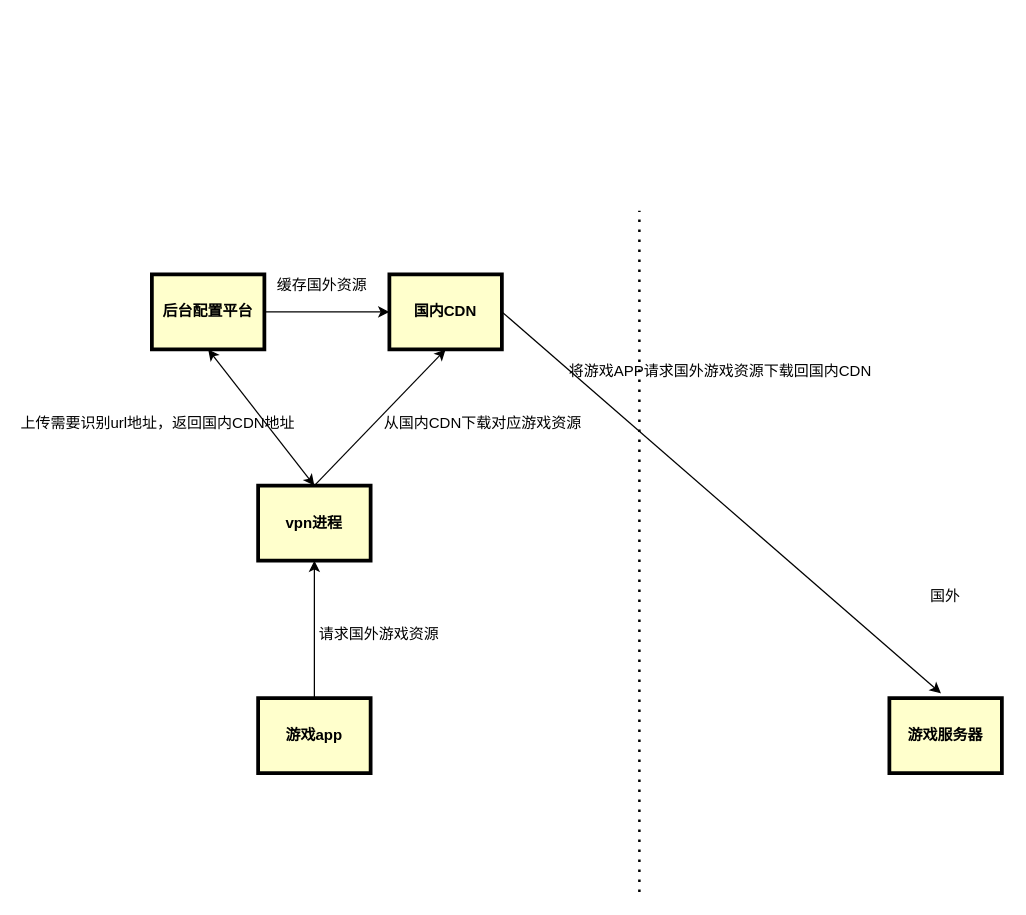
threecome/AndroidWeb keeps this draw.io diagram as MyApplication2/Untitled Diagram.drawio. Above is the earlier version. Source tidied: cells renumbered, new cells numbered last; positions are measured from the earlier drawing's top-left corner, leaving out a move shared by most shapes. Both pictures are drawn from the tidied source at 125%, with x=0, y=0 at pixel (139, 210).
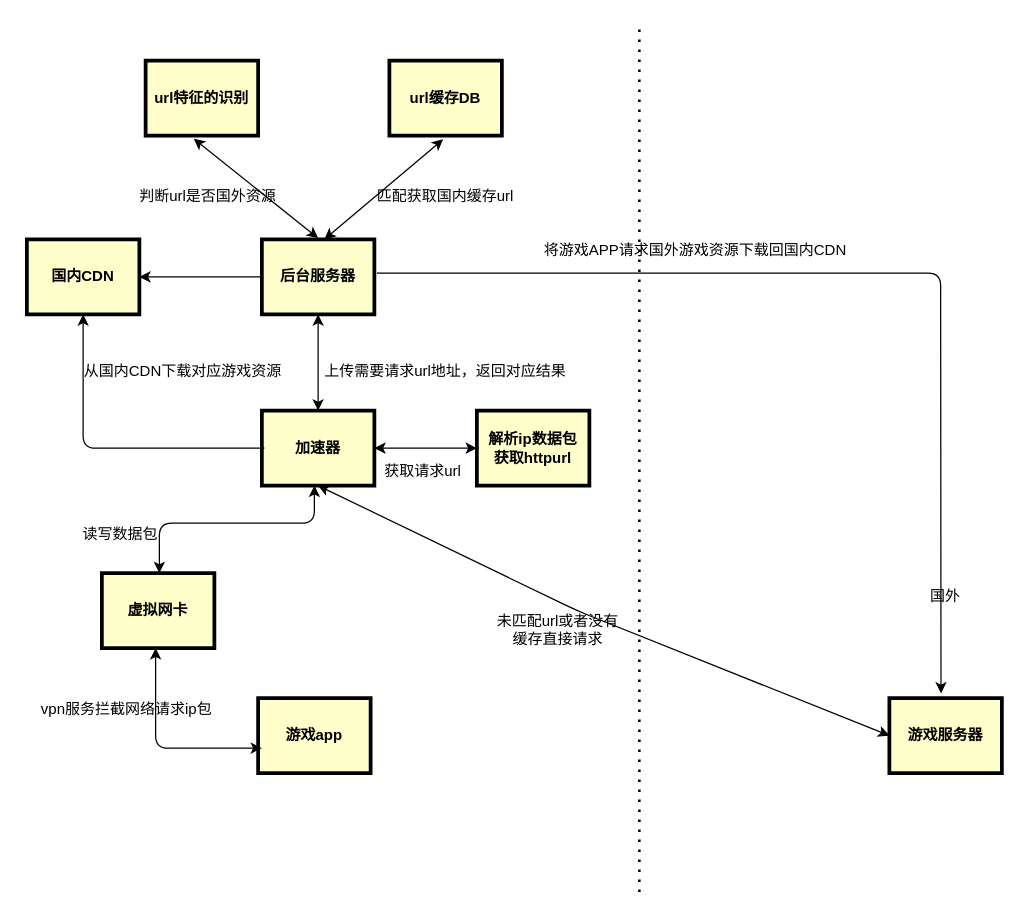
Above is the later version.

Unchanged cells that the change refers to:
```xml
<mxCell id="2" value="游戏服务器" style="whiteSpace=wrap;align=center;verticalAlign=middle;fontStyle=1;strokeWidth=3;fillColor=#FFFFCC;" parent="1" vertex="1">
  <mxGeometry x="600" y="390" width="90" height="60" as="geometry" />
</mxCell>
<mxCell id="3" value="游戏app" style="whiteSpace=wrap;align=center;verticalAlign=middle;fontStyle=1;strokeWidth=3;fillColor=#FFFFCC;" parent="1" vertex="1">
  <mxGeometry x="95" y="390" width="90" height="60" as="geometry" />
</mxCell>
```

The edit, as a diff of the source:
```diff
@@
     <mxCell id="5" style="endArrow=none;dashed=1;html=1;dashPattern=1 3;strokeWidth=2;" parent="1" edge="1">
       <mxGeometry relative="1" as="geometry">
         <mxPoint x="400" y="545" as="sourcePoint" />
-        <mxPoint x="400" as="targetPoint" />
+        <mxPoint x="400" y="-150" as="targetPoint" />
       </mxGeometry>
     </mxCell>
-    <mxCell id="6" style="endArrow=classic;html=1;exitX=1;exitY=0.5;exitDx=0;exitDy=0;entryX=0.459;entryY=-0.063;entryDx=0;entryDy=0;entryPerimeter=0;" parent="1" edge="1" source="13" target="2">
-      <mxGeometry relative="1" as="geometry" />
+    <mxCell id="6" style="endArrow=classic;html=1;entryX=0.459;entryY=-0.063;entryDx=0;entryDy=0;entryPerimeter=0;" parent="1" edge="1" target="2">
+      <mxGeometry relative="1" as="geometry">
+        <mxPoint x="190" y="50" as="sourcePoint" />
+        <Array as="points">
+          <mxPoint x="641" y="50" />
+        </Array>
+      </mxGeometry>
     </mxCell>
-    <mxCell id="7" value="vpn进程" style="whiteSpace=wrap;align=center;verticalAlign=middle;fontStyle=1;strokeWidth=3;fillColor=#FFFFCC;" parent="1" vertex="1">
-      <mxGeometry x="95" y="220" width="90" height="60" as="geometry" />
+    <mxCell id="7" value="加速器" style="whiteSpace=wrap;align=center;verticalAlign=middle;fontStyle=1;strokeWidth=3;fillColor=#FFFFCC;" parent="1" vertex="1">
+      <mxGeometry x="98" y="160" width="90" height="60" as="geometry" />
     </mxCell>
-    <mxCell id="8" style="endArrow=classic;html=1;entryX=0.5;entryY=1;entryDx=0;entryDy=0;exitX=0.5;exitY=0;exitDx=0;exitDy=0;" parent="1" edge="1" source="3" target="7">
-      <mxGeometry relative="1" as="geometry" />
-    </mxCell>
-    <mxCell id="9" value="请求国外游戏资源" style="text;spacingTop=-5;align=center;" parent="1" vertex="1">
-      <mxGeometry x="177" y="330" width="30" height="20" as="geometry" />
+    <mxCell id="9" value="vpn服务拦截网络请求ip包" style="text;spacingTop=-5;align=center;" parent="1" vertex="1">
+      <mxGeometry x="-25" y="390" width="30" height="20" as="geometry" />
     </mxCell>
-    <mxCell id="10" value="后台配置平台" style="whiteSpace=wrap;align=center;verticalAlign=middle;fontStyle=1;strokeWidth=3;fillColor=#FFFFCC;" parent="1" vertex="1">
-      <mxGeometry x="10" y="51" width="90" height="60" as="geometry" />
+    <mxCell id="10" value="后台服务器" style="whiteSpace=wrap;align=center;verticalAlign=middle;fontStyle=1;strokeWidth=3;fillColor=#FFFFCC;" parent="1" vertex="1">
+      <mxGeometry x="98" y="23" width="90" height="60" as="geometry" />
     </mxCell>
-    <mxCell id="11" value="上传需要识别url地址，返回国内CDN地址" style="text;spacingTop=-5;align=center;" parent="1" vertex="1">
-      <mxGeometry y="161" width="30" height="20" as="geometry" />
+    <mxCell id="11" value="上传需要请求url地址，返回对应结果" style="text;spacingTop=-5;align=center;" parent="1" vertex="1">
+      <mxGeometry x="230" y="120" width="30" height="20" as="geometry" />
     </mxCell>
@@
     <mxCell id="13" value="国内CDN" style="whiteSpace=wrap;align=center;verticalAlign=middle;fontStyle=1;strokeWidth=3;fillColor=#FFFFCC;" parent="1" vertex="1">
-      <mxGeometry x="200" y="51" width="90" height="60" as="geometry" />
+      <mxGeometry x="-90" y="23" width="90" height="60" as="geometry" />
     </mxCell>
     <mxCell id="14" style="endArrow=classic;html=1;entryX=0.5;entryY=1;entryDx=0;entryDy=0;" parent="1" edge="1" target="13">
       <mxGeometry relative="1" as="geometry">
-        <mxPoint x="140" y="220" as="sourcePoint" />
+        <mxPoint x="100" y="190" as="sourcePoint" />
+        <Array as="points">
+          <mxPoint x="-45" y="190" />
+        </Array>
       </mxGeometry>
     </mxCell>
     <mxCell id="15" value="从国内CDN下载对应游戏资源" style="text;spacingTop=-5;align=center;" parent="1" vertex="1">
-      <mxGeometry x="260" y="161" width="30" height="20" as="geometry" />
+      <mxGeometry x="20" y="120" width="30" height="20" as="geometry" />
     </mxCell>
     <mxCell id="16" value="将游戏APP请求国外游戏资源下载回国内CDN" style="text;spacingTop=-5;align=center;" parent="1" vertex="1">
-      <mxGeometry x="450" y="120" width="30" height="20" as="geometry" />
+      <mxGeometry x="430" y="23" width="30" height="20" as="geometry" />
     </mxCell>
-    <mxCell id="17" style="endArrow=classic;html=1;entryX=0;entryY=0.5;entryDx=0;entryDy=0;exitX=1;exitY=0.5;exitDx=0;exitDy=0;" parent="1" edge="1" source="10" target="13">
+    <mxCell id="17" style="endArrow=classic;html=1;entryX=1;entryY=0.5;entryDx=0;entryDy=0;exitX=0;exitY=0.5;exitDx=0;exitDy=0;" parent="1" edge="1" source="10" target="13">
       <mxGeometry relative="1" as="geometry" />
     </mxCell>
-    <mxCell id="18" value="缓存国外资源" style="text;spacingTop=-5;align=center;" parent="1" vertex="1">
-      <mxGeometry x="134" y="51" width="25" height="20" as="geometry" />
-    </mxCell>
+    <mxCell id="19" value="虚拟网卡" style="whiteSpace=wrap;align=center;verticalAlign=middle;fontStyle=1;strokeWidth=3;fillColor=#FFFFCC;" parent="1" vertex="1">
+      <mxGeometry x="-30" y="290" width="90" height="60" as="geometry" />
+    </mxCell>
+    <mxCell id="20" style="endArrow=classic;startArrow=classic;html=1;exitX=0.5;exitY=0;exitDx=0;exitDy=0;" parent="1" edge="1">
+      <mxGeometry relative="1" as="geometry">
+        <mxPoint x="16" y="290" as="sourcePoint" />
+        <mxPoint x="140" y="220" as="targetPoint" />
+        <Array as="points">
+          <mxPoint x="16" y="250" />
+          <mxPoint x="140" y="250" />
+        </Array>
+      </mxGeometry>
+    </mxCell>
+    <mxCell id="21" value="读写数据包" style="text;spacingTop=-5;align=center;" parent="1" vertex="1">
+      <mxGeometry x="-30" y="250" width="30" height="20" as="geometry" />
+    </mxCell>
+    <mxCell id="22" value="url特征的识别" style="whiteSpace=wrap;align=center;verticalAlign=middle;fontStyle=1;strokeWidth=3;fillColor=#FFFFCC;" parent="1" vertex="1">
+      <mxGeometry x="5" y="-120" width="90" height="60" as="geometry" />
+    </mxCell>
+    <mxCell id="23" value="url缓存DB" style="whiteSpace=wrap;align=center;verticalAlign=middle;fontStyle=1;strokeWidth=3;fillColor=#FFFFCC;" parent="1" vertex="1">
+      <mxGeometry x="200" y="-120" width="90" height="60" as="geometry" />
+    </mxCell>
+    <mxCell id="24" style="endArrow=classic;startArrow=classic;html=1;entryX=0.428;entryY=1.042;entryDx=0;entryDy=0;entryPerimeter=0;" parent="1" edge="1" target="22">
+      <mxGeometry relative="1" as="geometry">
+        <mxPoint x="143" y="22" as="sourcePoint" />
+      </mxGeometry>
+    </mxCell>
+    <mxCell id="25" value="解析ip数据包&#10;获取httpurl" style="whiteSpace=wrap;align=center;verticalAlign=middle;fontStyle=1;strokeWidth=3;fillColor=#FFFFCC;" parent="1" vertex="1">
+      <mxGeometry x="270" y="160" width="90" height="60" as="geometry" />
+    </mxCell>
+    <mxCell id="26" style="endArrow=classic;startArrow=classic;html=1;exitX=1;exitY=0.5;exitDx=0;exitDy=0;entryX=0;entryY=0.5;entryDx=0;entryDy=0;" parent="1" edge="1" source="7" target="25">
+      <mxGeometry relative="1" as="geometry" />
+    </mxCell>
+    <mxCell id="27" value="获取请求url" style="text;spacingTop=-5;align=center;" parent="1" vertex="1">
+      <mxGeometry x="212" y="200" width="30" height="20" as="geometry" />
+    </mxCell>
+    <mxCell id="28" style="endArrow=classic;startArrow=classic;html=1;entryX=0.5;entryY=1;entryDx=0;entryDy=0;" parent="1" edge="1">
+      <mxGeometry relative="1" as="geometry">
+        <mxPoint x="98" y="430" as="sourcePoint" />
+        <mxPoint x="13" y="350" as="targetPoint" />
+        <Array as="points">
+          <mxPoint x="13" y="430" />
+        </Array>
+      </mxGeometry>
+    </mxCell>
+    <mxCell id="29" style="endArrow=classic;startArrow=classic;html=1;entryX=0.5;entryY=1;entryDx=0;entryDy=0;" parent="1" edge="1">
+      <mxGeometry relative="1" as="geometry">
+        <mxPoint x="148" y="23" as="sourcePoint" />
+        <mxPoint x="243" y="-57" as="targetPoint" />
+      </mxGeometry>
+    </mxCell>
+    <mxCell id="30" value="判断url是否国外资源" style="text;spacingTop=-5;align=center;" parent="1" vertex="1">
+      <mxGeometry x="40" y="-20" width="30" height="20" as="geometry" />
+    </mxCell>
+    <mxCell id="31" value="匹配获取国内缓存url" style="text;spacingTop=-5;align=center;" parent="1" vertex="1">
+      <mxGeometry x="230" y="-20" width="30" height="20" as="geometry" />
+    </mxCell>
+    <mxCell id="32" style="endArrow=classic;startArrow=classic;html=1;entryX=0;entryY=0.5;entryDx=0;entryDy=0;" parent="1" edge="1" target="2">
+      <mxGeometry relative="1" as="geometry">
+        <mxPoint x="143" y="220" as="sourcePoint" />
+        <Array as="points">
+          <mxPoint x="350" y="320" />
+        </Array>
+      </mxGeometry>
+    </mxCell>
+    <mxCell id="33" value="未匹配url或者没有&#10;缓存直接请求" style="text;spacingTop=-5;align=center;" parent="1" vertex="1">
+      <mxGeometry x="320" y="320" width="30" height="20" as="geometry" />
+    </mxCell>
```
